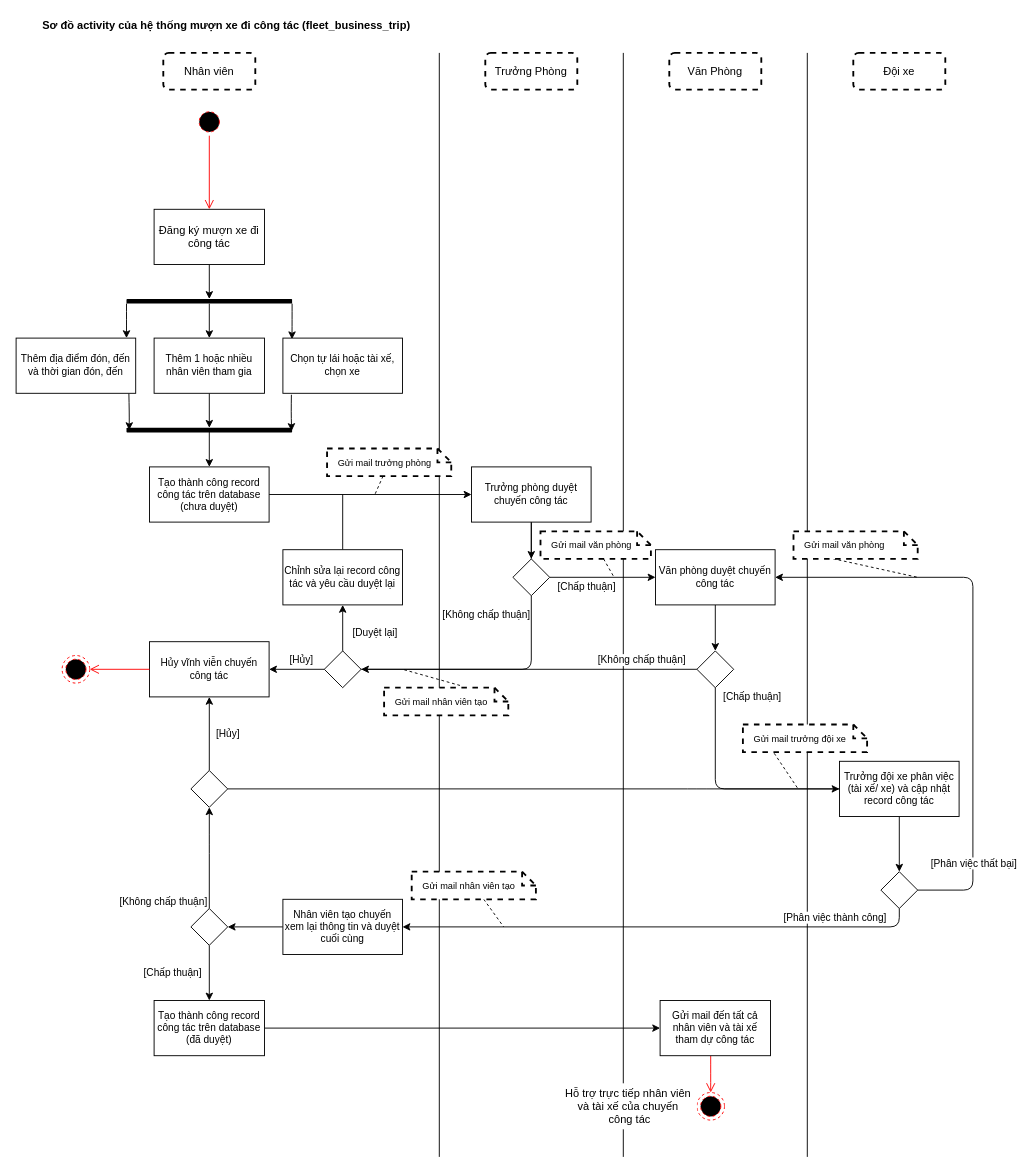
The draw.io diagram uml-diargrams/uml_activity_fleet_business_trip.drawio in NgoHuuNghia/odoo15-digitalocean, before the edit. Source tidied: cells renumbered, new cells numbered last; positions are measured from the earlier drawing's top-left corner, leaving out a move shared by most shapes. Both pictures are drawn from the tidied source at 92%, with x=0, y=0 at pixel (16, 16).
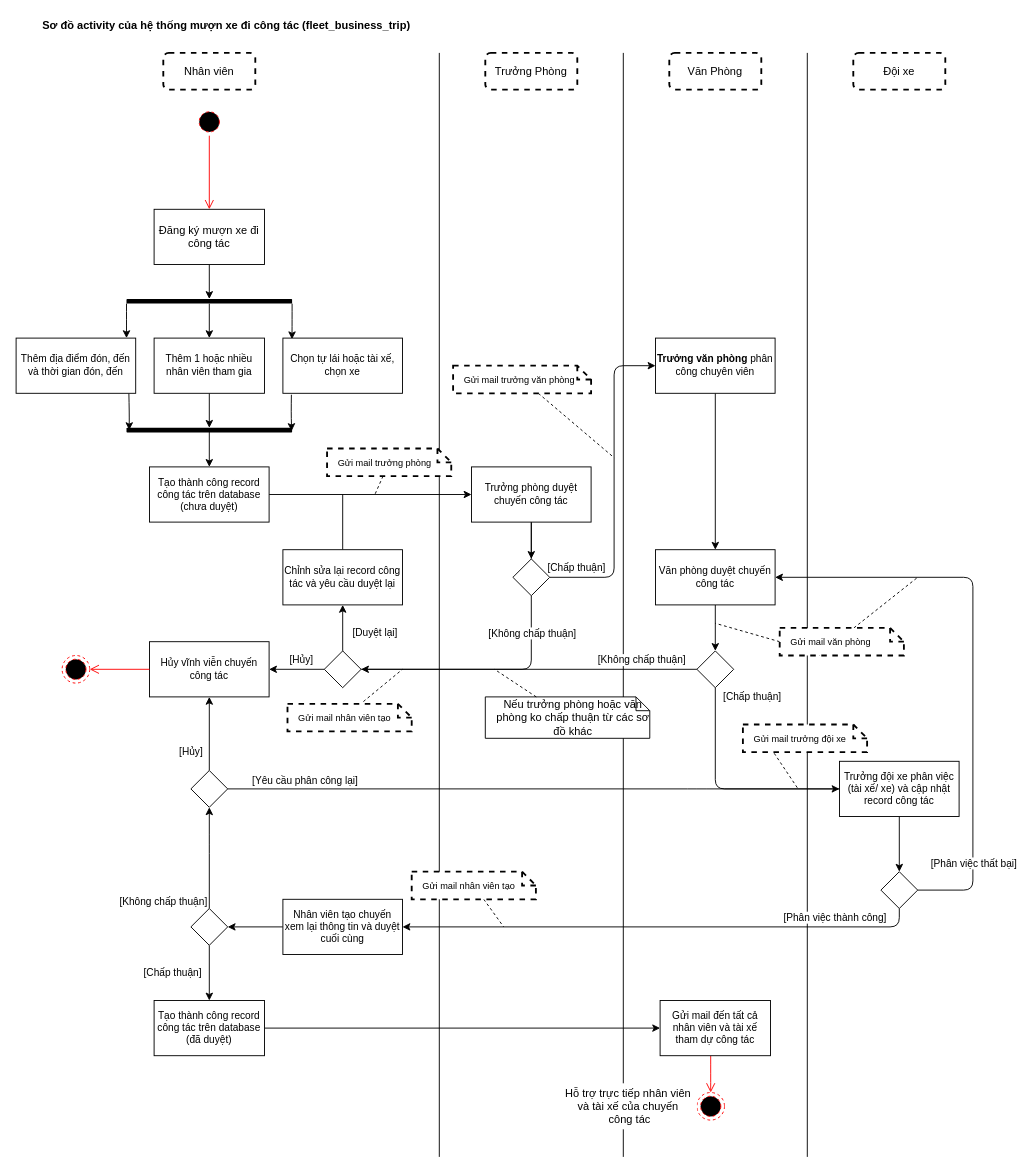
The same diagram, later.

Unchanged cells that the change refers to:
```xml
<mxCell id="29" style="edgeStyle=none;html=1;endArrow=none;endFill=0;" parent="1" edge="1" source="31" target="44">
  <mxGeometry relative="1" as="geometry">
    <Array as="points">
      <mxPoint x="560" y="710" />
    </Array>
  </mxGeometry>
</mxCell>
<mxCell id="31" style="rhombus;whiteSpace=wrap;html=1;" parent="1" vertex="1">
  <mxGeometry x="540" y="590" width="40" height="40" as="geometry" />
</mxCell>
<mxCell id="35" value="Văn phòng duyệt chuyến công tác" style="whiteSpace=wrap;html=1;rounded=0;fontSize=11;" parent="1" vertex="1">
  <mxGeometry x="695" y="580" width="130" height="60" as="geometry" />
</mxCell>
<mxCell id="41" value="Hủy vĩnh viễn chuyến công tác" style="whiteSpace=wrap;html=1;rounded=0;fontSize=11;" parent="1" vertex="1">
  <mxGeometry x="145" y="680" width="130" height="60" as="geometry" />
</mxCell>
<mxCell id="75" style="edgeStyle=none;html=1;fontSize=10;fontColor=default;startArrow=none;startFill=0;endArrow=classic;endFill=1;" parent="1" edge="1" source="77" target="40">
  <mxGeometry relative="1" as="geometry">
    <Array as="points">
      <mxPoint x="740" y="840" />
    </Array>
  </mxGeometry>
</mxCell>
<mxCell id="77" style="rhombus;whiteSpace=wrap;html=1;" parent="1" vertex="1">
  <mxGeometry x="190" y="820" width="40" height="40" as="geometry" />
</mxCell>
```

Change to the diagram source:
```diff
@@
-    <mxCell id="28" value="[Chấp thuận]" style="edgeStyle=none;html=1;endArrow=classic;endFill=1;" parent="1" edge="1" source="31" target="35">
-      <mxGeometry x="-0.3" y="-10" relative="1" as="geometry" />
+    <mxCell id="28" value="[Chấp thuận]" style="edgeStyle=none;html=1;endArrow=classic;endFill=1;" parent="1" edge="1" source="31" target="83">
+      <mxGeometry x="-0.83" y="10" relative="1" as="geometry">
+        <Array as="points">
+          <mxPoint x="650" y="610" />
+          <mxPoint x="650" y="380" />
+        </Array>
+      </mxGeometry>
     </mxCell>
@@
     <mxCell id="30" value="[Không chấp thuận]" style="edgeLabel;html=1;align=center;verticalAlign=middle;" parent="29" vertex="1">
       <mxGeometry x="-0.19" y="-1" relative="1" as="geometry">
-        <mxPoint x="-23" y="-59" as="offset" />
+        <mxPoint x="27" y="-39" as="offset" />
       </mxGeometry>
     </mxCell>
@@
     <mxCell id="66" style="edgeStyle=none;html=1;dashed=1;fontSize=10;fontColor=default;startArrow=none;startFill=0;endArrow=none;endFill=0;" parent="1" edge="1" source="67">
       <mxGeometry relative="1" as="geometry">
-        <mxPoint x="650" y="610" as="targetPoint" />
+        <mxPoint x="650" y="480" as="targetPoint" />
       </mxGeometry>
     </mxCell>
-    <mxCell id="67" value="Gửi mail văn phòng" style="shape=note;size=15;align=left;spacingLeft=10;html=1;whiteSpace=wrap;rounded=0;dashed=1;labelBackgroundColor=none;fontSize=10;fontColor=default;strokeWidth=2;" parent="1" vertex="1">
-      <mxGeometry x="570" y="560" width="120" height="30" as="geometry" />
+    <mxCell id="67" value="Gửi mail trưởng văn phòng" style="shape=note;size=15;align=left;spacingLeft=10;html=1;whiteSpace=wrap;rounded=0;dashed=1;labelBackgroundColor=none;fontSize=10;fontColor=default;strokeWidth=2;" parent="1" vertex="1">
+      <mxGeometry x="475" y="380" width="150" height="30" as="geometry" />
     </mxCell>
@@
+    <mxCell id="80" style="edgeStyle=none;html=1;exitX=0;exitY=0.5;exitDx=0;exitDy=0;exitPerimeter=0;endArrow=none;endFill=0;dashed=1;" parent="1" edge="1" source="70">
+      <mxGeometry relative="1" as="geometry">
+        <mxPoint x="760" y="660" as="targetPoint" />
+      </mxGeometry>
+    </mxCell>
     <mxCell id="70" value="Gửi mail văn phòng" style="shape=note;size=15;align=left;spacingLeft=10;html=1;whiteSpace=wrap;rounded=0;dashed=1;labelBackgroundColor=none;fontSize=10;fontColor=default;strokeWidth=2;" parent="1" vertex="1">
-      <mxGeometry x="845" y="560" width="135" height="30" as="geometry" />
+      <mxGeometry x="830" y="665" width="135" height="30" as="geometry" />
     </mxCell>
@@
+    <mxCell id="81" value="[Yêu cầu phân công lại]" style="edgeLabel;html=1;align=center;verticalAlign=middle;" parent="75" vertex="1">
+      <mxGeometry x="-0.75" y="-2" relative="1" as="geometry">
+        <mxPoint y="-12" as="offset" />
+      </mxGeometry>
+    </mxCell>
     <mxCell id="76" value="&lt;span style=&quot;font-size: 11px&quot;&gt;[Hủy]&lt;/span&gt;" style="edgeStyle=none;html=1;fontSize=10;fontColor=default;startArrow=none;startFill=0;endArrow=classic;endFill=1;" parent="1" edge="1" source="77" target="41">
-      <mxGeometry y="-20" relative="1" as="geometry" />
+      <mxGeometry x="-0.5" y="20" relative="1" as="geometry" />
     </mxCell>
@@
     <mxCell id="79" value="Gửi mail nhân viên tạo" style="shape=note;size=15;align=left;spacingLeft=10;html=1;whiteSpace=wrap;rounded=0;dashed=1;labelBackgroundColor=none;fontSize=10;fontColor=default;strokeWidth=2;" parent="1" vertex="1">
-      <mxGeometry x="400" y="730" width="135" height="30" as="geometry" />
+      <mxGeometry x="295" y="747.5" width="135" height="30" as="geometry" />
     </mxCell>
+    <mxCell id="82" style="edgeStyle=none;html=1;" parent="1" edge="1" source="83" target="35">
+      <mxGeometry relative="1" as="geometry" />
+    </mxCell>
+    <mxCell id="83" value="&lt;b&gt;Trưởng văn phòng &lt;/b&gt;phân công chuyên viên" style="whiteSpace=wrap;html=1;rounded=0;fontSize=11;" parent="1" vertex="1">
+      <mxGeometry x="695" y="350" width="130" height="60" as="geometry" />
+    </mxCell>
+    <mxCell id="84" value="&lt;div style=&quot;text-align: center&quot;&gt;&lt;span&gt;Nếu trưởng phòng hoặc văn phòng ko chấp thuận từ các sơ đồ khác&lt;/span&gt;&lt;/div&gt;" style="shape=note;size=15;align=left;spacingLeft=10;html=1;whiteSpace=wrap;" parent="1" vertex="1">
+      <mxGeometry x="510" y="740" width="178.8" height="45" as="geometry" />
+    </mxCell>
+    <mxCell id="85" style="edgeStyle=none;html=1;endArrow=none;endFill=0;dashed=1;" parent="1" edge="1" source="84">
+      <mxGeometry relative="1" as="geometry">
+        <mxPoint x="520" y="710" as="targetPoint" />
+      </mxGeometry>
+    </mxCell>
```
